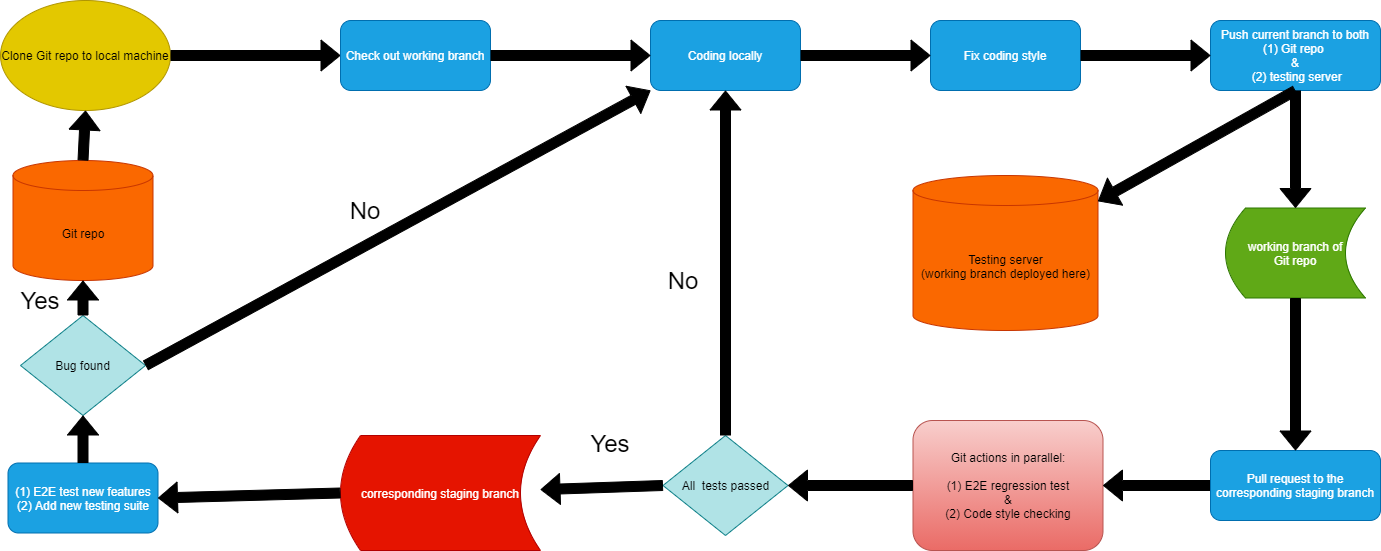
Above: admin/cipipeline/phase1.drawio.png in wujoannec/cse110-fa21-group8 (draw.io), before the change. Source tidied: cells renumbered, new cells last; positions are measured from the earlier drawing's top-left corner, leaving out a move shared by most shapes. Source of this version:
```xml
<mxGraphModel>
  <root>
    <mxCell id="0" />
    <mxCell id="1" parent="0" />
    <mxCell id="2" value="Clone Git repo to local machine" style="ellipse;whiteSpace=wrap;html=1;fillColor=#e3c800;strokeColor=#B09500;fontColor=#000000;" parent="1" vertex="1">
      <mxGeometry width="170" height="110" as="geometry" />
    </mxCell>
    <mxCell id="3" style="shape=flexArrow;endArrow=classic;html=1;fillColor=#000000;exitX=1;exitY=0.5;exitDx=0;exitDy=0;entryX=0;entryY=0.5;entryDx=0;entryDy=0;" parent="1" edge="1" source="2" target="4">
      <mxGeometry relative="1" as="geometry" />
    </mxCell>
    <mxCell id="4" value="Check out working branch" style="rounded=1;whiteSpace=wrap;html=1;fillColor=#1ba1e2;strokeColor=#006EAF;fontColor=#ffffff;" parent="1" vertex="1">
      <mxGeometry x="340" y="20" width="150" height="70" as="geometry" />
    </mxCell>
    <mxCell id="5" value="Coding locally" style="rounded=1;whiteSpace=wrap;html=1;fillColor=#1ba1e2;strokeColor=#006EAF;fontColor=#ffffff;" parent="1" vertex="1">
      <mxGeometry x="650" y="20" width="150" height="70" as="geometry" />
    </mxCell>
    <mxCell id="6" style="shape=flexArrow;endArrow=classic;html=1;fillColor=#000000;exitX=1;exitY=0.5;exitDx=0;exitDy=0;entryX=0;entryY=0.5;entryDx=0;entryDy=0;" parent="1" edge="1" source="4" target="5">
      <mxGeometry relative="1" as="geometry" />
    </mxCell>
    <mxCell id="7" value="Fix coding style" style="rounded=1;whiteSpace=wrap;html=1;fillColor=#1ba1e2;strokeColor=#006EAF;fontColor=#ffffff;" parent="1" vertex="1">
      <mxGeometry x="930" y="20" width="150" height="70" as="geometry" />
    </mxCell>
    <mxCell id="8" style="shape=flexArrow;endArrow=classic;html=1;fillColor=#000000;exitX=1;exitY=0.5;exitDx=0;exitDy=0;entryX=0;entryY=0.5;entryDx=0;entryDy=0;" parent="1" edge="1" source="5" target="7">
      <mxGeometry relative="1" as="geometry" />
    </mxCell>
    <mxCell id="9" value="Testing server&lt;br&gt;(working branch deployed here)" style="shape=cylinder3;whiteSpace=wrap;html=1;boundedLbl=1;backgroundOutline=1;size=15;fillColor=#fa6800;strokeColor=#C73500;fontColor=#000000;" parent="1" vertex="1">
      <mxGeometry x="912.5" y="175" width="185" height="155" as="geometry" />
    </mxCell>
    <mxCell id="10" value="Push current branch to both&lt;br&gt;(1) Git repo &lt;br&gt;&amp;amp;&lt;br&gt;&amp;nbsp;(2) testing server" style="rounded=1;whiteSpace=wrap;html=1;fillColor=#1ba1e2;strokeColor=#006EAF;fontColor=#ffffff;" parent="1" vertex="1">
      <mxGeometry x="1210" y="20" width="170" height="70" as="geometry" />
    </mxCell>
    <mxCell id="11" style="shape=flexArrow;endArrow=classic;html=1;fillColor=#000000;exitX=1;exitY=0.5;exitDx=0;exitDy=0;" parent="1" edge="1" source="7" target="10">
      <mxGeometry relative="1" as="geometry" />
    </mxCell>
    <mxCell id="12" value="Git repo" style="shape=cylinder3;whiteSpace=wrap;html=1;boundedLbl=1;backgroundOutline=1;size=15;fillColor=#fa6800;strokeColor=#C73500;fontColor=#000000;" parent="1" vertex="1">
      <mxGeometry x="12.5" y="160" width="140" height="120" as="geometry" />
    </mxCell>
    <mxCell id="13" style="shape=flexArrow;endArrow=classic;html=1;fillColor=#000000;exitX=0.5;exitY=0;exitDx=0;exitDy=0;entryX=0.5;entryY=1;entryDx=0;entryDy=0;exitPerimeter=0;" parent="1" edge="1" source="12" target="2">
      <mxGeometry relative="1" as="geometry" />
    </mxCell>
    <mxCell id="14" value="working branch of&lt;br&gt;Git repo" style="shape=dataStorage;whiteSpace=wrap;html=1;fixedSize=1;fillColor=#60a917;strokeColor=#2D7600;fontColor=#ffffff;" parent="1" vertex="1">
      <mxGeometry x="1225" y="207.5" width="140" height="90" as="geometry" />
    </mxCell>
    <mxCell id="15" style="shape=flexArrow;endArrow=classic;html=1;fillColor=#000000;exitX=0.5;exitY=1;exitDx=0;exitDy=0;" parent="1" edge="1" source="10" target="14">
      <mxGeometry relative="1" as="geometry" />
    </mxCell>
    <mxCell id="16" value="corresponding staging branch" style="shape=dataStorage;whiteSpace=wrap;html=1;fixedSize=1;fillColor=#e51400;strokeColor=#B20000;fontColor=#ffffff;" parent="1" vertex="1">
      <mxGeometry x="340" y="435" width="200" height="115" as="geometry" />
    </mxCell>
    <mxCell id="17" style="shape=flexArrow;endArrow=classic;html=1;fillColor=#000000;exitX=0.5;exitY=1;exitDx=0;exitDy=0;" parent="1" edge="1" source="10" target="9">
      <mxGeometry relative="1" as="geometry" />
    </mxCell>
    <mxCell id="18" value="Git actions in parallel:&lt;br&gt;&amp;nbsp;&lt;br&gt;(1) E2E regression test&lt;br&gt;&amp;amp;&lt;br&gt;(2) Code style checking" style="rounded=1;whiteSpace=wrap;html=1;fillColor=#f8cecc;strokeColor=#b85450;gradientColor=#ea6b66;" parent="1" vertex="1">
      <mxGeometry x="912.5" y="420" width="190" height="130" as="geometry" />
    </mxCell>
    <mxCell id="19" style="shape=flexArrow;endArrow=classic;html=1;fillColor=#000000;entryX=1;entryY=0.5;entryDx=0;entryDy=0;exitX=0;exitY=0.5;exitDx=0;exitDy=0;" parent="1" edge="1" source="34" target="18">
      <mxGeometry relative="1" as="geometry" />
    </mxCell>
    <mxCell id="20" value="&lt;font color=&quot;#000000&quot;&gt;All&amp;nbsp; tests passed&lt;/font&gt;" style="rhombus;whiteSpace=wrap;html=1;fillColor=#b0e3e6;strokeColor=#0e8088;" parent="1" vertex="1">
      <mxGeometry x="662.5" y="435" width="125" height="100" as="geometry" />
    </mxCell>
    <mxCell id="21" style="shape=flexArrow;endArrow=classic;html=1;fillColor=#000000;entryX=0.5;entryY=1;entryDx=0;entryDy=0;exitX=0.5;exitY=0;exitDx=0;exitDy=0;" parent="1" edge="1" source="20" target="5">
      <mxGeometry relative="1" as="geometry" />
    </mxCell>
    <mxCell id="22" value="&lt;font color=&quot;#000000&quot; style=&quot;font-size: 24px&quot;&gt;No&lt;/font&gt;" style="text;html=1;strokeColor=none;fillColor=none;align=center;verticalAlign=middle;whiteSpace=wrap;rounded=0;" parent="1" vertex="1">
      <mxGeometry x="662.5" y="270" width="40" height="20" as="geometry" />
    </mxCell>
    <mxCell id="23" style="shape=flexArrow;endArrow=classic;html=1;fillColor=#000000;exitX=0;exitY=0.5;exitDx=0;exitDy=0;" parent="1" edge="1" source="20" target="16">
      <mxGeometry relative="1" as="geometry" />
    </mxCell>
    <mxCell id="24" style="shape=flexArrow;endArrow=classic;html=1;fillColor=#000000;exitX=0;exitY=0.5;exitDx=0;exitDy=0;entryX=1;entryY=0.5;entryDx=0;entryDy=0;" parent="1" edge="1" source="18" target="20">
      <mxGeometry relative="1" as="geometry" />
    </mxCell>
    <mxCell id="25" value="&lt;font color=&quot;#000000&quot; style=&quot;font-size: 24px&quot;&gt;Yes&lt;/font&gt;" style="text;html=1;strokeColor=none;fillColor=none;align=center;verticalAlign=middle;whiteSpace=wrap;rounded=0;" parent="1" vertex="1">
      <mxGeometry x="590" y="432.5" width="40" height="20" as="geometry" />
    </mxCell>
    <mxCell id="26" value="(1) E2E test new features&lt;br&gt;(2) Add new testing suite" style="rounded=1;whiteSpace=wrap;html=1;fillColor=#1ba1e2;strokeColor=#006EAF;fontColor=#ffffff;" parent="1" vertex="1">
      <mxGeometry x="7.5" y="462.5" width="150" height="70" as="geometry" />
    </mxCell>
    <mxCell id="27" style="shape=flexArrow;endArrow=classic;html=1;fillColor=#000000;exitX=0;exitY=0.5;exitDx=0;exitDy=0;entryX=1;entryY=0.5;entryDx=0;entryDy=0;" parent="1" edge="1" source="16" target="26">
      <mxGeometry relative="1" as="geometry" />
    </mxCell>
    <mxCell id="28" value="&lt;font color=&quot;#000000&quot;&gt;Bug found&lt;/font&gt;" style="rhombus;whiteSpace=wrap;html=1;fillColor=#b0e3e6;strokeColor=#0e8088;" parent="1" vertex="1">
      <mxGeometry x="20" y="315" width="125" height="100" as="geometry" />
    </mxCell>
    <mxCell id="29" style="shape=flexArrow;endArrow=classic;html=1;fillColor=#000000;entryX=0.5;entryY=1;entryDx=0;entryDy=0;entryPerimeter=0;" parent="1" edge="1" source="28" target="12">
      <mxGeometry relative="1" as="geometry" />
    </mxCell>
    <mxCell id="30" style="shape=flexArrow;endArrow=classic;html=1;fillColor=#000000;entryX=0;entryY=1;entryDx=0;entryDy=0;exitX=1;exitY=0.5;exitDx=0;exitDy=0;" parent="1" edge="1" source="28" target="5">
      <mxGeometry relative="1" as="geometry" />
    </mxCell>
    <mxCell id="31" style="shape=flexArrow;endArrow=classic;html=1;fillColor=#000000;entryX=0.5;entryY=1;entryDx=0;entryDy=0;exitX=0.5;exitY=0;exitDx=0;exitDy=0;" parent="1" edge="1" source="26" target="28">
      <mxGeometry relative="1" as="geometry" />
    </mxCell>
    <mxCell id="32" value="&lt;font color=&quot;#000000&quot; style=&quot;font-size: 24px&quot;&gt;Yes&lt;/font&gt;" style="text;html=1;strokeColor=none;fillColor=none;align=center;verticalAlign=middle;whiteSpace=wrap;rounded=0;" parent="1" vertex="1">
      <mxGeometry x="20" y="290" width="40" height="20" as="geometry" />
    </mxCell>
    <mxCell id="33" value="&lt;font color=&quot;#000000&quot; style=&quot;font-size: 24px&quot;&gt;No&lt;/font&gt;" style="text;html=1;strokeColor=none;fillColor=none;align=center;verticalAlign=middle;whiteSpace=wrap;rounded=0;" parent="1" vertex="1">
      <mxGeometry x="345" y="200" width="40" height="20" as="geometry" />
    </mxCell>
    <mxCell id="34" value="Pull request to the corresponding staging branch" style="rounded=1;whiteSpace=wrap;html=1;fillColor=#1ba1e2;strokeColor=#006EAF;fontColor=#ffffff;" parent="1" vertex="1">
      <mxGeometry x="1210" y="450" width="170" height="70" as="geometry" />
    </mxCell>
    <mxCell id="35" style="shape=flexArrow;endArrow=classic;html=1;fillColor=#000000;exitX=0.5;exitY=1;exitDx=0;exitDy=0;entryX=0.5;entryY=0;entryDx=0;entryDy=0;" parent="1" edge="1" source="14" target="34">
      <mxGeometry relative="1" as="geometry" />
    </mxCell>
  </root>
</mxGraphModel>
```
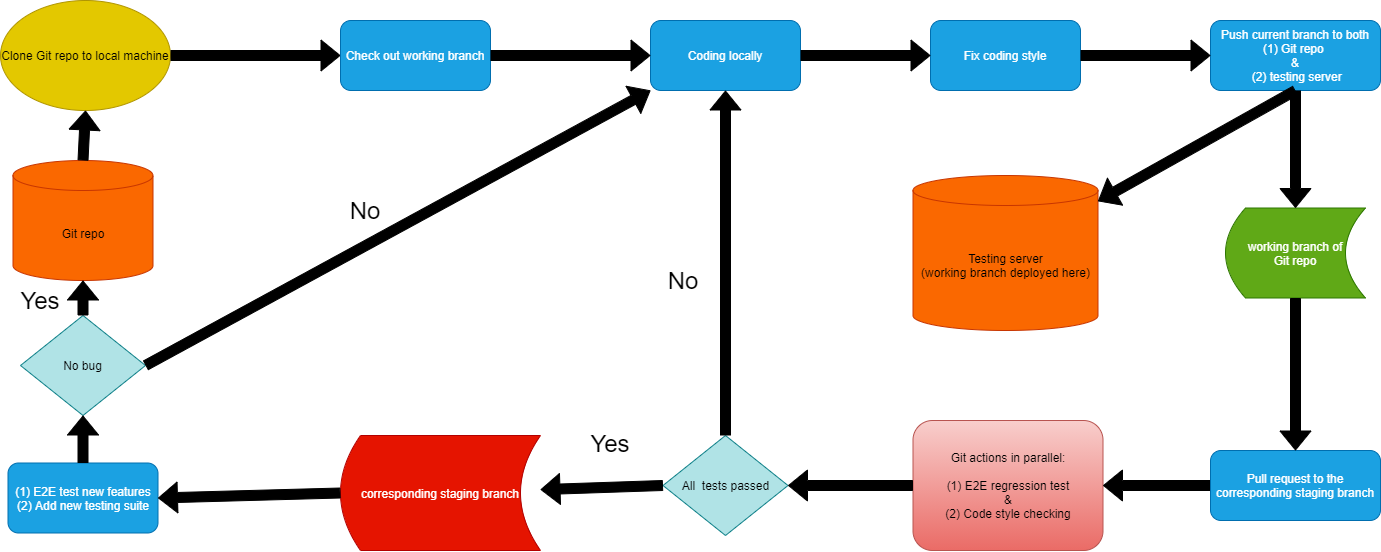
Later version of the same file.

What changed in the source:
```diff
@@ -80,7 +80,7 @@
     <mxCell id="27" style="shape=flexArrow;endArrow=classic;html=1;fillColor=#000000;exitX=0;exitY=0.5;exitDx=0;exitDy=0;entryX=1;entryY=0.5;entryDx=0;entryDy=0;" parent="1" edge="1" source="16" target="26">
       <mxGeometry relative="1" as="geometry" />
     </mxCell>
-    <mxCell id="28" value="&lt;font color=&quot;#000000&quot;&gt;Bug found&lt;/font&gt;" style="rhombus;whiteSpace=wrap;html=1;fillColor=#b0e3e6;strokeColor=#0e8088;" parent="1" vertex="1">
+    <mxCell id="28" value="&lt;font color=&quot;#000000&quot;&gt;No bug&lt;/font&gt;" style="rhombus;whiteSpace=wrap;html=1;fillColor=#b0e3e6;strokeColor=#0e8088;" parent="1" vertex="1">
       <mxGeometry x="20" y="315" width="125" height="100" as="geometry" />
     </mxCell>
     <mxCell id="29" style="shape=flexArrow;endArrow=classic;html=1;fillColor=#000000;entryX=0.5;entryY=1;entryDx=0;entryDy=0;entryPerimeter=0;" parent="1" edge="1" source="28" target="12">
```
